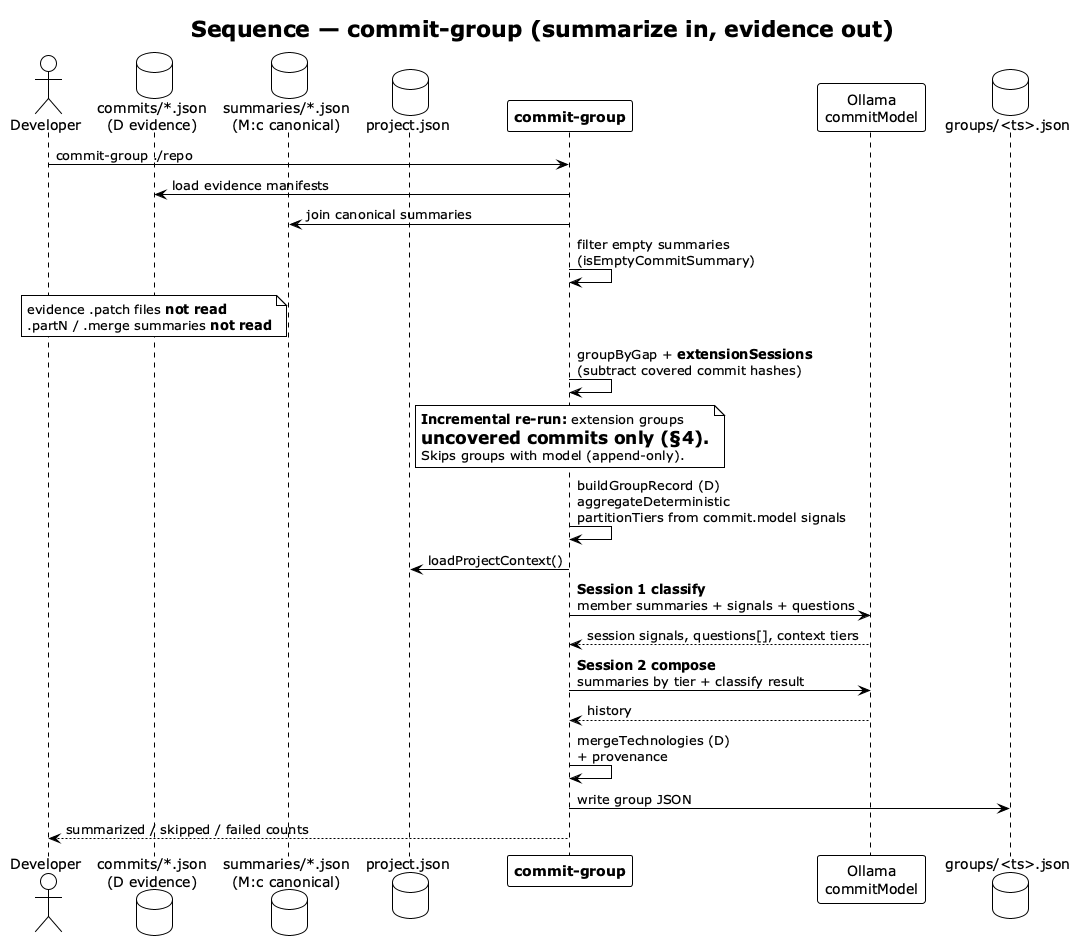
Above: img/commit-group-sequence.png in vzakharchenko/dev-workgraph (PlantUML), before the change.
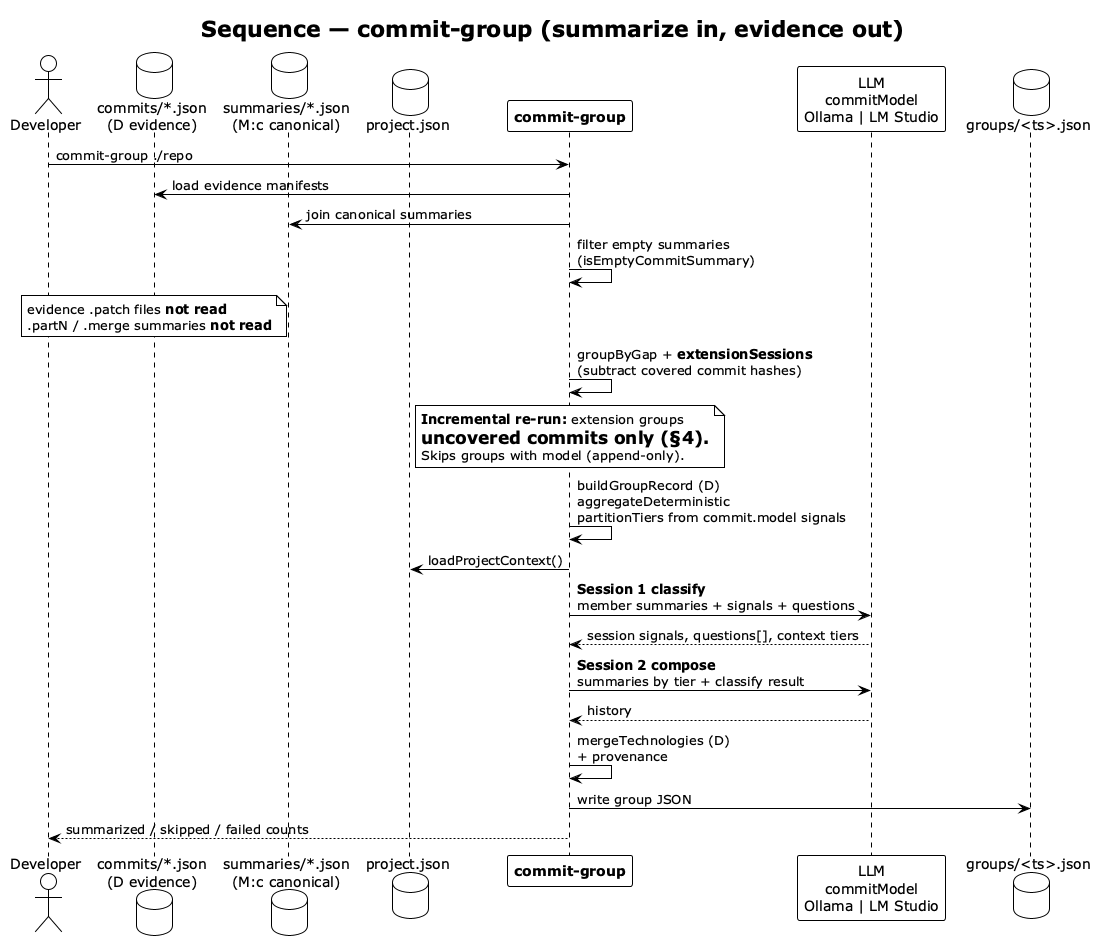
The same diagram one commit later.

The edit, as a diff of the source:
```diff
@@ -9,7 +9,7 @@
 database "summaries/*.json\n(M:c canonical)" as SUMM
 database "project.json" as PJ
 participant "**commit-group**" as CG
-participant "Ollama\ncommitModel" as LLM
+participant "LLM\ncommitModel\nOllama | LM Studio" as LLM
 database "groups/<ts>.json" as GRP
 
 DEV -> CG : commit-group ./repo
```
